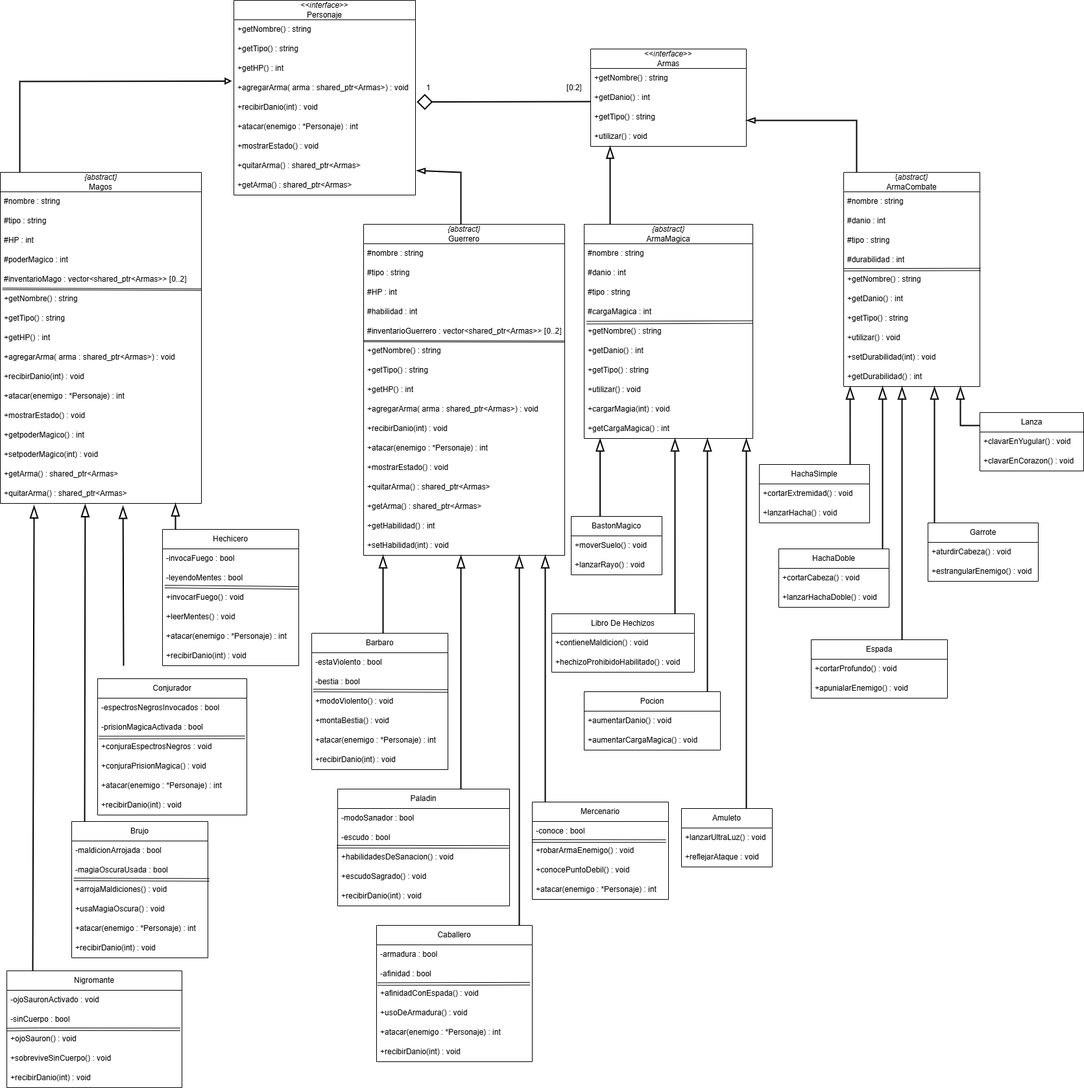
This is ejercicio_1/UML.drawio .png from agusbarrena/TP_1, a draw.io export, as it was before one commit. Source tidied: cells renumbered, new cells last; positions are measured from the earlier drawing's top-left corner, leaving out a move shared by most shapes.
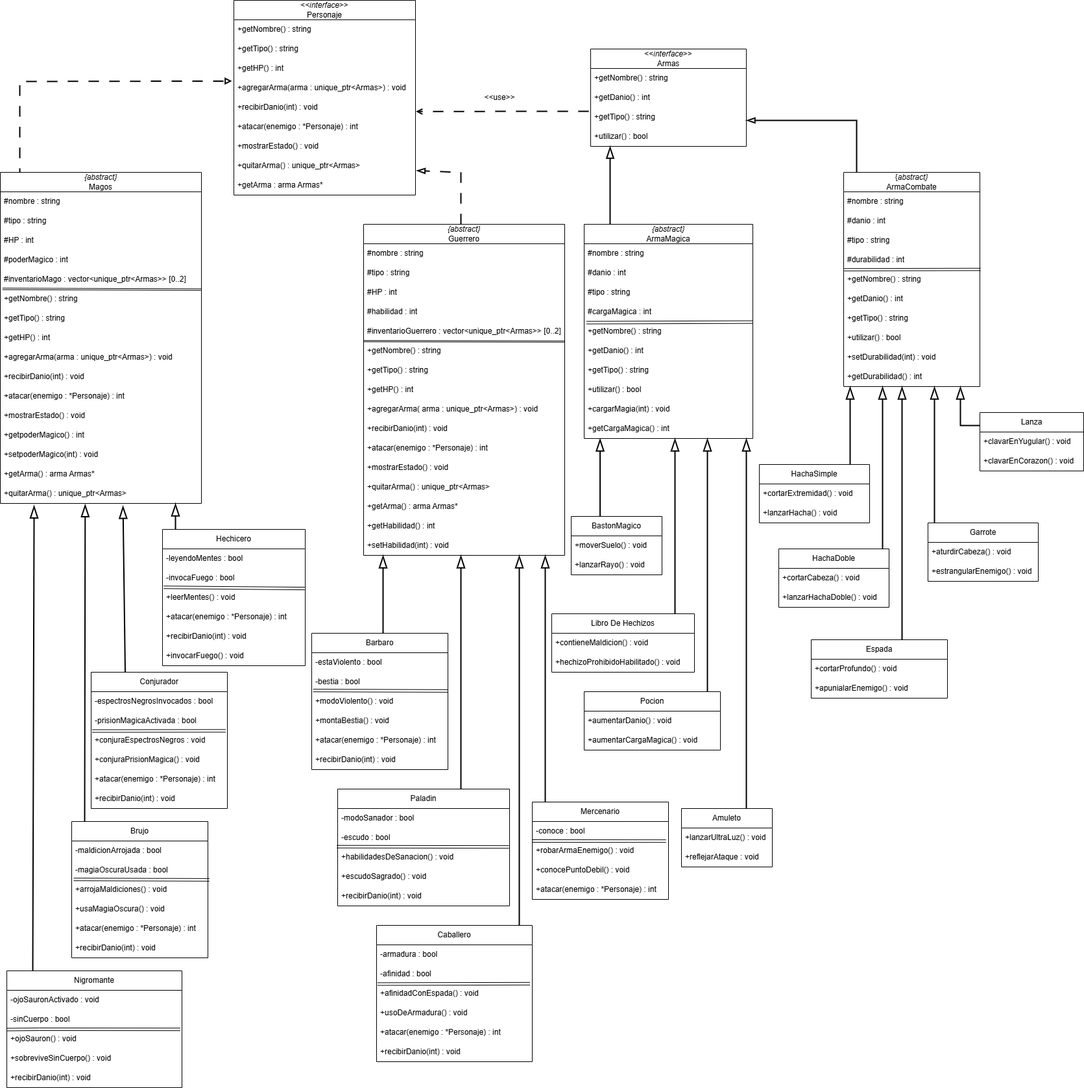
After the commit.

The edit, as a diff of the source:
```diff
@@ -16,3 +16,3 @@
     </mxCell>
-    <mxCell id="6" value="+agregarArma( arma : shared_ptr&amp;lt;Armas&amp;gt;) : void" style="text;strokeColor=none;fillColor=none;align=left;verticalAlign=middle;spacingLeft=4;spacingRight=4;overflow=hidden;points=[[0,0.5],[1,0.5]];portConstraint=eastwest;whiteSpace=wrap;html=1;" parent="2" vertex="1">
+    <mxCell id="6" value="+agregarArma(arma : unique_ptr&amp;lt;Armas&amp;gt;) : void" style="text;strokeColor=none;fillColor=none;align=left;verticalAlign=middle;spacingLeft=4;spacingRight=4;overflow=hidden;points=[[0,0.5],[1,0.5]];portConstraint=eastwest;whiteSpace=wrap;html=1;" parent="2" vertex="1">
       <mxGeometry y="120" width="280" height="30" as="geometry" />
@@ -28,13 +28,8 @@
     </mxCell>
-    <mxCell id="10" value="+quitarArma() : shared_ptr&amp;lt;Armas&amp;gt;" style="text;strokeColor=none;fillColor=none;align=left;verticalAlign=middle;spacingLeft=4;spacingRight=4;overflow=hidden;points=[[0,0.5],[1,0.5]];portConstraint=eastwest;whiteSpace=wrap;html=1;" parent="2" vertex="1">
+    <mxCell id="10" value="+quitarArma() : unique_ptr&amp;lt;Armas&amp;gt;" style="text;strokeColor=none;fillColor=none;align=left;verticalAlign=middle;spacingLeft=4;spacingRight=4;overflow=hidden;points=[[0,0.5],[1,0.5]];portConstraint=eastwest;whiteSpace=wrap;html=1;" parent="2" vertex="1">
       <mxGeometry y="240" width="280" height="30" as="geometry" />
     </mxCell>
-    <mxCell id="11" value="+getArma() : shared_ptr&amp;lt;Armas&amp;gt;" style="text;strokeColor=none;fillColor=none;align=left;verticalAlign=middle;spacingLeft=4;spacingRight=4;overflow=hidden;whiteSpace=wrap;html=1;" parent="2" vertex="1">
+    <mxCell id="11" value="+getArma : arma Armas*" style="text;strokeColor=none;fillColor=none;align=left;verticalAlign=middle;spacingLeft=4;spacingRight=4;overflow=hidden;whiteSpace=wrap;html=1;" parent="2" vertex="1">
       <mxGeometry y="270" width="280" height="30" as="geometry" />
     </mxCell>
-    <mxCell id="12" style="edgeStyle=none;jettySize=auto;html=1;rounded=0;endArrow=diamond;endFill=0;strokeWidth=2;endSize=20;startSize=0;entryX=1.007;entryY=0.218;entryDx=0;entryDy=0;entryPerimeter=0;" parent="1" edge="1" target="7">
-      <mxGeometry relative="1" as="geometry">
-        <mxPoint x="910" y="156" as="sourcePoint" />
-      </mxGeometry>
-    </mxCell>
     <mxCell id="13" value="&amp;lt;&amp;lt;&lt;i&gt;interface&lt;/i&gt;&amp;gt;&amp;gt;&lt;div&gt;Armas&lt;/div&gt;" style="swimlane;fontStyle=0;horizontal=1;startSize=30;whiteSpace=wrap;html=1;" parent="1" vertex="1">
@@ -51,6 +46,6 @@
     </mxCell>
-    <mxCell id="17" value="+utilizar() : void" style="text;strokeColor=none;fillColor=none;align=left;verticalAlign=middle;spacingLeft=4;spacingRight=4;overflow=hidden;whiteSpace=wrap;html=1;" parent="13" vertex="1">
+    <mxCell id="17" value="+utilizar() : bool" style="text;strokeColor=none;fillColor=none;align=left;verticalAlign=middle;spacingLeft=4;spacingRight=4;overflow=hidden;whiteSpace=wrap;html=1;" parent="13" vertex="1">
       <mxGeometry y="120" width="240" height="30" as="geometry" />
     </mxCell>
-    <mxCell id="18" style="endArrow=block;html=1;rounded=0;endFill=0;strokeWidth=2;entryX=-0.011;entryY=0.146;entryDx=0;entryDy=0;entryPerimeter=0;" parent="1" edge="1" target="6">
+    <mxCell id="18" style="endArrow=block;html=1;rounded=0;endFill=0;strokeWidth=2;entryX=-0.011;entryY=0.146;entryDx=0;entryDy=0;entryPerimeter=0;dashed=1;dashPattern=8 8;" parent="1" edge="1" target="6">
       <mxGeometry relative="1" as="geometry">
@@ -77,3 +72,3 @@
     </mxCell>
-    <mxCell id="24" value="#inventarioMago : vector&amp;lt;shared_ptr&amp;lt;Armas&amp;gt;&amp;gt; [0..2]" style="text;strokeColor=none;fillColor=none;align=left;verticalAlign=middle;spacingLeft=4;spacingRight=4;overflow=hidden;whiteSpace=wrap;html=1;" parent="19" vertex="1">
+    <mxCell id="24" value="#inventarioMago : vector&amp;lt;unique_ptr&amp;lt;Armas&amp;gt;&amp;gt; [0..2]" style="text;strokeColor=none;fillColor=none;align=left;verticalAlign=middle;spacingLeft=4;spacingRight=4;overflow=hidden;whiteSpace=wrap;html=1;" parent="19" vertex="1">
       <mxGeometry y="150" width="310" height="30" as="geometry" />
@@ -92,3 +87,3 @@
     </mxCell>
-    <mxCell id="29" value="+agregarArma( arma : shared_ptr&amp;lt;Armas&amp;gt;) : void" style="text;strokeColor=none;fillColor=none;align=left;verticalAlign=middle;spacingLeft=4;spacingRight=4;overflow=hidden;whiteSpace=wrap;html=1;" parent="19" vertex="1">
+    <mxCell id="29" value="+agregarArma(arma : unique_ptr&amp;lt;Armas&amp;gt;) : void" style="text;strokeColor=none;fillColor=none;align=left;verticalAlign=middle;spacingLeft=4;spacingRight=4;overflow=hidden;whiteSpace=wrap;html=1;" parent="19" vertex="1">
       <mxGeometry y="270" width="310" height="30" as="geometry" />
@@ -110,9 +105,9 @@
     </mxCell>
-    <mxCell id="35" value="+getArma() : shared_ptr&amp;lt;Armas&amp;gt;" style="text;strokeColor=none;fillColor=none;align=left;verticalAlign=middle;spacingLeft=4;spacingRight=4;overflow=hidden;whiteSpace=wrap;html=1;" parent="19" vertex="1">
+    <mxCell id="35" value="+getArma() : arma Armas*" style="text;strokeColor=none;fillColor=none;align=left;verticalAlign=middle;spacingLeft=4;spacingRight=4;overflow=hidden;whiteSpace=wrap;html=1;" parent="19" vertex="1">
       <mxGeometry y="450" width="310" height="30" as="geometry" />
     </mxCell>
-    <mxCell id="36" value="+quitarArma() : shared_ptr&amp;lt;Armas&amp;gt;" style="text;strokeColor=none;fillColor=none;align=left;verticalAlign=middle;spacingLeft=4;spacingRight=4;overflow=hidden;points=[[0,0.5],[1,0.5]];portConstraint=eastwest;whiteSpace=wrap;html=1;" parent="19" vertex="1">
+    <mxCell id="36" value="+quitarArma() : unique_ptr&amp;lt;Armas&amp;gt;" style="text;strokeColor=none;fillColor=none;align=left;verticalAlign=middle;spacingLeft=4;spacingRight=4;overflow=hidden;points=[[0,0.5],[1,0.5]];portConstraint=eastwest;whiteSpace=wrap;html=1;" parent="19" vertex="1">
       <mxGeometry y="480" width="310" height="30" as="geometry" />
     </mxCell>
-    <mxCell id="37" style="endArrow=blockThin;html=1;rounded=0;entryX=1.005;entryY=0.744;entryDx=0;entryDy=0;endFill=0;strokeWidth=2;endSize=9;entryPerimeter=0;" parent="1" edge="1" target="10">
+    <mxCell id="37" style="endArrow=blockThin;html=1;rounded=0;entryX=1.005;entryY=0.744;entryDx=0;entryDy=0;endFill=0;strokeWidth=2;endSize=9;entryPerimeter=0;dashed=1;dashPattern=8 8;" parent="1" edge="1" target="10">
       <mxGeometry relative="1" as="geometry">
@@ -139,3 +134,3 @@
     </mxCell>
-    <mxCell id="43" value="#inventarioGuerrero : vector&amp;lt;shared_ptr&amp;lt;Armas&amp;gt;&amp;gt; [0..2]" style="text;strokeColor=none;fillColor=none;align=left;verticalAlign=middle;spacingLeft=4;spacingRight=4;overflow=hidden;whiteSpace=wrap;html=1;" parent="38" vertex="1">
+    <mxCell id="43" value="#inventarioGuerrero : vector&amp;lt;unique_ptr&amp;lt;Armas&amp;gt;&amp;gt; [0..2]" style="text;strokeColor=none;fillColor=none;align=left;verticalAlign=middle;spacingLeft=4;spacingRight=4;overflow=hidden;whiteSpace=wrap;html=1;" parent="38" vertex="1">
       <mxGeometry y="150" width="310" height="30" as="geometry" />
@@ -156,3 +151,3 @@
     </mxCell>
-    <mxCell id="48" value="+agregarArma( arma : shared_ptr&amp;lt;Armas&amp;gt;) : void" style="text;strokeColor=none;fillColor=none;align=left;verticalAlign=middle;spacingLeft=4;spacingRight=4;overflow=hidden;whiteSpace=wrap;html=1;" parent="38" vertex="1">
+    <mxCell id="48" value="+agregarArma( arma : unique_ptr&amp;lt;Armas&amp;gt;) : void" style="text;strokeColor=none;fillColor=none;align=left;verticalAlign=middle;spacingLeft=4;spacingRight=4;overflow=hidden;whiteSpace=wrap;html=1;" parent="38" vertex="1">
       <mxGeometry y="270" width="310" height="30" as="geometry" />
@@ -168,6 +163,6 @@
     </mxCell>
-    <mxCell id="52" value="+quitarArma() : shared_ptr&amp;lt;Armas&amp;gt;" style="text;strokeColor=none;fillColor=none;align=left;verticalAlign=middle;spacingLeft=4;spacingRight=4;overflow=hidden;whiteSpace=wrap;html=1;" parent="38" vertex="1">
+    <mxCell id="52" value="+quitarArma() : unique_ptr&amp;lt;Armas&amp;gt;" style="text;strokeColor=none;fillColor=none;align=left;verticalAlign=middle;spacingLeft=4;spacingRight=4;overflow=hidden;whiteSpace=wrap;html=1;" parent="38" vertex="1">
       <mxGeometry y="390" width="310" height="30" as="geometry" />
     </mxCell>
-    <mxCell id="53" value="+getArma() : shared_ptr&amp;lt;Armas&amp;gt;" style="text;strokeColor=none;fillColor=none;align=left;verticalAlign=middle;spacingLeft=4;spacingRight=4;overflow=hidden;whiteSpace=wrap;html=1;" parent="38" vertex="1">
+    <mxCell id="53" value="+getArma() : arma Armas*" style="text;strokeColor=none;fillColor=none;align=left;verticalAlign=middle;spacingLeft=4;spacingRight=4;overflow=hidden;whiteSpace=wrap;html=1;" parent="38" vertex="1">
       <mxGeometry y="420" width="310" height="30" as="geometry" />
@@ -213,3 +208,3 @@
     </mxCell>
-    <mxCell id="66" value="+utilizar() : void" style="text;strokeColor=none;fillColor=none;align=left;verticalAlign=middle;spacingLeft=4;spacingRight=4;overflow=hidden;whiteSpace=wrap;html=1;" parent="57" vertex="1">
+    <mxCell id="66" value="+utilizar() : bool" style="text;strokeColor=none;fillColor=none;align=left;verticalAlign=middle;spacingLeft=4;spacingRight=4;overflow=hidden;whiteSpace=wrap;html=1;" parent="57" vertex="1">
       <mxGeometry y="240" width="260" height="30" as="geometry" />
@@ -260,3 +255,3 @@
     </mxCell>
-    <mxCell id="79" value="+utilizar() : void" style="text;strokeColor=none;fillColor=none;align=left;verticalAlign=middle;spacingLeft=4;spacingRight=4;overflow=hidden;whiteSpace=wrap;html=1;" parent="70" vertex="1">
+    <mxCell id="79" value="+utilizar() : bool" style="text;strokeColor=none;fillColor=none;align=left;verticalAlign=middle;spacingLeft=4;spacingRight=4;overflow=hidden;whiteSpace=wrap;html=1;" parent="70" vertex="1">
       <mxGeometry y="240" width="210" height="30" as="geometry" />
@@ -276,38 +271,36 @@
     <mxCell id="83" value="Hechicero" style="swimlane;fontStyle=0;horizontal=1;startSize=30;whiteSpace=wrap;html=1;" parent="1" vertex="1">
-      <mxGeometry x="250" y="815" width="210" height="210" as="geometry" />
+      <mxGeometry x="250" y="815" width="220" height="210" as="geometry" />
     </mxCell>
-    <mxCell id="84" value="-invocaFuego : bool" style="text;strokeColor=none;fillColor=none;align=left;verticalAlign=middle;spacingLeft=4;spacingRight=4;overflow=hidden;whiteSpace=wrap;html=1;" parent="83" vertex="1">
-      <mxGeometry y="30" width="210" height="30" as="geometry" />
-    </mxCell>
     <mxCell id="85" value="-leyendoMentes : bool" style="text;strokeColor=none;fillColor=none;align=left;verticalAlign=middle;spacingLeft=4;spacingRight=4;overflow=hidden;points=[[0,0.5],[1,0.5]];portConstraint=eastwest;whiteSpace=wrap;html=1;" parent="83" vertex="1">
-      <mxGeometry y="60" width="210" height="30" as="geometry" />
+      <mxGeometry y="30" width="220" height="30" as="geometry" />
     </mxCell>
-    <mxCell id="86" style="shape=link;html=1;rounded=0;entryX=0.996;entryY=1.003;entryDx=0;entryDy=0;entryPerimeter=0;exitX=0.016;exitY=0.937;exitDx=0;exitDy=0;exitPerimeter=0;" parent="83" edge="1" source="85" target="85">
+    <mxCell id="86" style="shape=link;html=1;rounded=0;entryX=0.996;entryY=1.036;entryDx=0;entryDy=0;entryPerimeter=0;exitX=0.009;exitY=0.974;exitDx=0;exitDy=0;exitPerimeter=0;" parent="83" edge="1" source="87" target="87">
       <mxGeometry relative="1" as="geometry" />
     </mxCell>
-    <mxCell id="87" value="+invocarFuego() : void" style="text;strokeColor=none;fillColor=none;align=left;verticalAlign=middle;spacingLeft=4;spacingRight=4;overflow=hidden;points=[[0,0.5],[1,0.5]];portConstraint=eastwest;whiteSpace=wrap;html=1;" parent="83" vertex="1">
-      <mxGeometry y="90" width="210" height="30" as="geometry" />
+    <mxCell id="87" value="-invocaFuego : bool" style="text;strokeColor=none;fillColor=none;align=left;verticalAlign=middle;spacingLeft=4;spacingRight=4;overflow=hidden;points=[[0,0.5],[1,0.5]];portConstraint=eastwest;whiteSpace=wrap;html=1;" parent="83" vertex="1">
+      <mxGeometry y="60" width="220" height="30" as="geometry" />
     </mxCell>
     <mxCell id="88" value="+leerMentes() : void" style="text;strokeColor=none;fillColor=none;align=left;verticalAlign=middle;spacingLeft=4;spacingRight=4;overflow=hidden;whiteSpace=wrap;html=1;" parent="83" vertex="1">
-      <mxGeometry y="120" width="210" height="30" as="geometry" />
+      <mxGeometry y="90" width="220" height="30" as="geometry" />
     </mxCell>
     <mxCell id="89" value="+atacar(enemigo : *Personaje) : int" style="text;strokeColor=none;fillColor=none;align=left;verticalAlign=middle;spacingLeft=4;spacingRight=4;overflow=hidden;whiteSpace=wrap;html=1;" parent="83" vertex="1">
-      <mxGeometry y="150" width="210" height="30" as="geometry" />
+      <mxGeometry y="120" width="220" height="30" as="geometry" />
     </mxCell>
     <mxCell id="90" value="+recibirDanio(int) : void" style="text;strokeColor=none;fillColor=none;align=left;verticalAlign=middle;spacingLeft=4;spacingRight=4;overflow=hidden;whiteSpace=wrap;html=1;" parent="83" vertex="1">
-      <mxGeometry y="180" width="210" height="30" as="geometry" />
+      <mxGeometry y="150" width="220" height="30" as="geometry" />
     </mxCell>
+    <mxCell id="188" value="+invocarFuego() : void" style="text;strokeColor=none;fillColor=none;align=left;verticalAlign=middle;spacingLeft=4;spacingRight=4;overflow=hidden;whiteSpace=wrap;html=1;" parent="83" vertex="1">
+      <mxGeometry y="180" width="220" height="30" as="geometry" />
+    </mxCell>
-    <mxCell id="91" style="endArrow=blockThin;html=1;rounded=0;endFill=0;strokeWidth=2;endSize=15;entryX=0.61;entryY=1.127;entryDx=0;entryDy=0;entryPerimeter=0;" parent="1" edge="1" target="36">
-      <mxGeometry relative="1" as="geometry">
-        <mxPoint x="190" y="1025" as="sourcePoint" />
-      </mxGeometry>
+    <mxCell id="91" style="endArrow=blockThin;html=1;rounded=0;endFill=0;strokeWidth=2;endSize=15;entryX=0.61;entryY=1.127;entryDx=0;entryDy=0;entryPerimeter=0;exitX=0.25;exitY=0;exitDx=0;exitDy=0;" parent="1" edge="1" source="92" target="36">
+      <mxGeometry relative="1" as="geometry" />
     </mxCell>
     <mxCell id="92" value="Conjurador" style="swimlane;fontStyle=0;horizontal=1;startSize=30;whiteSpace=wrap;html=1;" parent="1" vertex="1">
-      <mxGeometry x="150" y="1045" width="230" height="210" as="geometry" />
+      <mxGeometry x="140" y="1035" width="210" height="210" as="geometry" />
     </mxCell>
     <mxCell id="93" value="-espectrosNegrosInvocados : bool" style="text;strokeColor=none;fillColor=none;align=left;verticalAlign=middle;spacingLeft=4;spacingRight=4;overflow=hidden;whiteSpace=wrap;html=1;" parent="92" vertex="1">
-      <mxGeometry y="30" width="230" height="30" as="geometry" />
+      <mxGeometry y="30" width="210" height="30" as="geometry" />
     </mxCell>
     <mxCell id="94" value="-prisionMagicaActivada : bool" style="text;strokeColor=none;fillColor=none;align=left;verticalAlign=middle;spacingLeft=4;spacingRight=4;overflow=hidden;whiteSpace=wrap;html=1;" parent="92" vertex="1">
-      <mxGeometry y="60" width="230" height="30" as="geometry" />
+      <mxGeometry y="60" width="210" height="30" as="geometry" />
     </mxCell>
@@ -317,12 +310,12 @@
     <mxCell id="96" value="+conjuraEspectrosNegros : void" style="text;strokeColor=none;fillColor=none;align=left;verticalAlign=middle;spacingLeft=4;spacingRight=4;overflow=hidden;points=[[0,0.5],[1,0.5]];portConstraint=eastwest;whiteSpace=wrap;html=1;" parent="92" vertex="1">
-      <mxGeometry y="90" width="230" height="30" as="geometry" />
+      <mxGeometry y="90" width="210" height="30" as="geometry" />
     </mxCell>
     <mxCell id="97" value="+conjuraPrisionMagica() : void" style="text;strokeColor=none;fillColor=none;align=left;verticalAlign=middle;spacingLeft=4;spacingRight=4;overflow=hidden;whiteSpace=wrap;html=1;" parent="92" vertex="1">
-      <mxGeometry y="120" width="230" height="30" as="geometry" />
+      <mxGeometry y="120" width="210" height="30" as="geometry" />
     </mxCell>
     <mxCell id="98" value="+atacar(enemigo : *Personaje) : int" style="text;strokeColor=none;fillColor=none;align=left;verticalAlign=middle;spacingLeft=4;spacingRight=4;overflow=hidden;whiteSpace=wrap;html=1;" parent="92" vertex="1">
-      <mxGeometry y="150" width="230" height="30" as="geometry" />
+      <mxGeometry y="150" width="210" height="30" as="geometry" />
     </mxCell>
     <mxCell id="99" value="+recibirDanio(int) : void" style="text;strokeColor=none;fillColor=none;align=left;verticalAlign=middle;spacingLeft=4;spacingRight=4;overflow=hidden;whiteSpace=wrap;html=1;" parent="92" vertex="1">
-      <mxGeometry y="180" width="230" height="30" as="geometry" />
+      <mxGeometry y="180" width="210" height="30" as="geometry" />
     </mxCell>
@@ -638,8 +631,8 @@
     </mxCell>
-    <mxCell id="186" value="1" style="text;html=1;align=center;verticalAlign=middle;whiteSpace=wrap;rounded=0;" parent="1" vertex="1">
-      <mxGeometry x="640" y="125" width="40" height="20" as="geometry" />
-    </mxCell>
-    <mxCell id="187" value="[0:2]" style="text;html=1;align=center;verticalAlign=middle;whiteSpace=wrap;rounded=0;" parent="1" vertex="1">
-      <mxGeometry x="860" y="125" width="50" height="20" as="geometry" />
-    </mxCell>
+    <mxCell id="189" style="endArrow=open;html=1;rounded=0;entryX=1.002;entryY=0.711;entryDx=0;entryDy=0;entryPerimeter=0;dashed=1;dashPattern=8 8;strokeWidth=2;exitX=-0.013;exitY=0.196;exitDx=0;exitDy=0;exitPerimeter=0;endFill=0;" parent="1" edge="1" source="16" target="7">
+      <mxGeometry relative="1" as="geometry" />
+    </mxCell>
+    <mxCell id="190" value="&amp;lt;&amp;lt;use&amp;gt;&amp;gt;" style="text;html=1;align=center;verticalAlign=middle;whiteSpace=wrap;rounded=0;" parent="1" vertex="1">
+      <mxGeometry x="740" y="135" width="60" height="30" as="geometry" />
+    </mxCell>
   </root>
```
